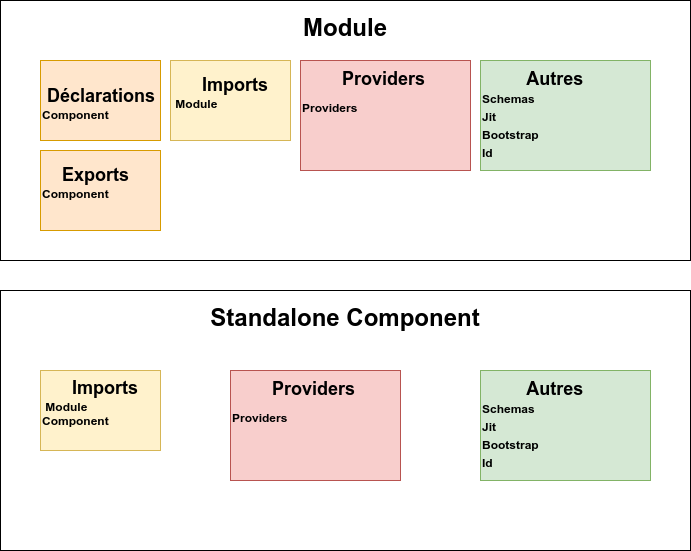
Earlier version of the draw.io export presentation/slides/images/standalone/standalone.png (fallainmat/atelier_angular). Source tidied: cells renumbered, new cells last; positions are measured from the earlier drawing's top-left corner, leaving out a move shared by most shapes.
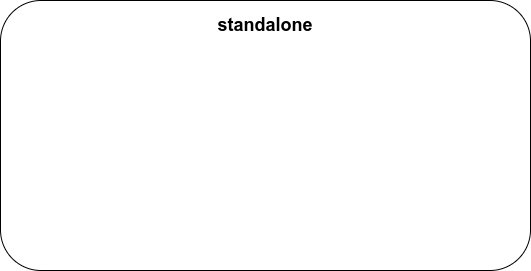
Above is the later version.

Change to the diagram source:
```diff
@@ -2,35 +2,8 @@
   <root>
     <mxCell id="0" />
     <mxCell id="1" parent="0" />
-    <mxCell id="2" value="&lt;p style=&quot;line-height: 150%;&quot;&gt;&lt;font style=&quot;font-size: 24px;&quot;&gt;&lt;b style=&quot;&quot;&gt;Module&lt;/b&gt;&lt;/font&gt;&lt;/p&gt;" style="rounded=0;whiteSpace=wrap;html=1;verticalAlign=top;" parent="1" vertex="1">
-      <mxGeometry width="690" height="260" as="geometry" />
-    </mxCell>
-    <mxCell id="3" value="&lt;b&gt;&lt;font style=&quot;font-size: 18px;&quot;&gt;&amp;nbsp; &amp;nbsp;Déclarations&lt;/font&gt;&lt;/b&gt;&lt;div&gt;&lt;b&gt;Component&lt;/b&gt;&lt;/div&gt;&lt;div&gt;&lt;br&gt;&lt;/div&gt;" style="rounded=0;whiteSpace=wrap;html=1;align=left;fillColor=#ffe6cc;strokeColor=#d79b00;" parent="1" vertex="1">
-      <mxGeometry x="40" y="60" width="120" height="80" as="geometry" />
-    </mxCell>
-    <mxCell id="4" value="&lt;span style=&quot;font-size: 18px;&quot;&gt;&lt;b&gt;&amp;nbsp; &amp;nbsp; Exports&lt;/b&gt;&lt;/span&gt;&lt;br&gt;&lt;div&gt;&lt;b&gt;Component&lt;/b&gt;&lt;/div&gt;&lt;div&gt;&lt;br&gt;&lt;/div&gt;" style="rounded=0;whiteSpace=wrap;html=1;fillColor=#ffe6cc;strokeColor=#d79b00;align=left;" parent="1" vertex="1">
-      <mxGeometry x="40" y="150" width="120" height="80" as="geometry" />
-    </mxCell>
-    <mxCell id="5" value="&lt;span style=&quot;font-size: 18px;&quot;&gt;&lt;b&gt;&amp;nbsp; &amp;nbsp; &amp;nbsp; Imports&lt;/b&gt;&lt;/span&gt;&lt;br&gt;&lt;div&gt;&amp;nbsp;&lt;b&gt;Module&lt;/b&gt;&lt;/div&gt;&lt;div&gt;&lt;br&gt;&lt;/div&gt;" style="rounded=0;whiteSpace=wrap;html=1;align=left;fillColor=#fff2cc;strokeColor=#d6b656;" parent="1" vertex="1">
-      <mxGeometry x="170" y="60" width="120" height="80" as="geometry" />
-    </mxCell>
-    <mxCell id="6" value="&lt;span style=&quot;font-size: 18px;&quot;&gt;&lt;b&gt;&lt;span style=&quot;white-space: pre;&quot;&gt;&#9;&lt;/span&gt;Providers&lt;/b&gt;&lt;/span&gt;&lt;br&gt;&lt;div style=&quot;line-height: 300%;&quot;&gt;&lt;b style=&quot;background-color: initial;&quot;&gt;Providers&lt;/b&gt;&lt;br&gt;&lt;/div&gt;&lt;div style=&quot;line-height: 300%;&quot;&gt;&lt;br&gt;&lt;/div&gt;" style="rounded=0;whiteSpace=wrap;html=1;align=left;fillColor=#f8cecc;strokeColor=#b85450;" parent="1" vertex="1">
-      <mxGeometry x="300" y="60" width="170" height="110" as="geometry" />
-    </mxCell>
-    <mxCell id="7" value="&lt;div style=&quot;line-height: 150%;&quot;&gt;&lt;span style=&quot;font-size: 18px;&quot;&gt;&lt;b&gt;&amp;nbsp; &amp;nbsp; &amp;nbsp; &amp;nbsp; &amp;nbsp;Autres&lt;/b&gt;&lt;/span&gt;&lt;/div&gt;&lt;div style=&quot;line-height: 150%;&quot;&gt;&lt;b style=&quot;&quot;&gt;&lt;font style=&quot;font-size: 12px;&quot;&gt;Schemas&lt;/font&gt;&lt;/b&gt;&lt;/div&gt;&lt;div style=&quot;line-height: 150%;&quot;&gt;&lt;b&gt;&lt;font style=&quot;font-size: 12px;&quot;&gt;Jit&lt;/font&gt;&lt;/b&gt;&lt;/div&gt;&lt;div style=&quot;line-height: 150%;&quot;&gt;&lt;b&gt;&lt;font style=&quot;font-size: 12px;&quot;&gt;Bootstrap&lt;/font&gt;&lt;/b&gt;&lt;/div&gt;&lt;div style=&quot;line-height: 150%;&quot;&gt;&lt;b style=&quot;&quot;&gt;&lt;font style=&quot;font-size: 12px;&quot;&gt;Id&lt;/font&gt;&lt;/b&gt;&lt;/div&gt;" style="rounded=0;whiteSpace=wrap;html=1;align=left;fillColor=#d5e8d4;strokeColor=#82b366;" parent="1" vertex="1">
-      <mxGeometry x="480" y="60" width="170" height="110" as="geometry" />
-    </mxCell>
-    <mxCell id="8" value="&lt;p style=&quot;line-height: 150%;&quot;&gt;&lt;span style=&quot;font-size: 24px;&quot;&gt;&lt;b&gt;Standalone Component&lt;/b&gt;&lt;/span&gt;&lt;/p&gt;" style="rounded=0;whiteSpace=wrap;html=1;verticalAlign=top;" parent="1" vertex="1">
-      <mxGeometry y="290" width="690" height="260" as="geometry" />
-    </mxCell>
-    <mxCell id="9" value="&lt;span style=&quot;font-size: 18px;&quot;&gt;&lt;b&gt;&amp;nbsp; &amp;nbsp; &amp;nbsp; Imports&lt;/b&gt;&lt;/span&gt;&lt;br&gt;&lt;div&gt;&amp;nbsp;&lt;b&gt;Module&lt;/b&gt;&lt;/div&gt;&lt;div&gt;&lt;b&gt;Component&lt;/b&gt;&lt;/div&gt;&lt;div&gt;&lt;br&gt;&lt;/div&gt;" style="rounded=0;whiteSpace=wrap;html=1;align=left;fillColor=#fff2cc;strokeColor=#d6b656;" parent="1" vertex="1">
-      <mxGeometry x="40" y="370" width="120" height="80" as="geometry" />
-    </mxCell>
-    <mxCell id="10" value="&lt;span style=&quot;font-size: 18px;&quot;&gt;&lt;b&gt;&lt;span style=&quot;white-space: pre;&quot;&gt;&#9;&lt;/span&gt;Providers&lt;/b&gt;&lt;/span&gt;&lt;br&gt;&lt;div style=&quot;line-height: 300%;&quot;&gt;&lt;b style=&quot;background-color: initial;&quot;&gt;Providers&lt;/b&gt;&lt;br&gt;&lt;/div&gt;&lt;div style=&quot;line-height: 300%;&quot;&gt;&lt;br&gt;&lt;/div&gt;" style="rounded=0;whiteSpace=wrap;html=1;align=left;fillColor=#f8cecc;strokeColor=#b85450;" parent="1" vertex="1">
-      <mxGeometry x="230" y="370" width="170" height="110" as="geometry" />
-    </mxCell>
-    <mxCell id="11" value="&lt;div style=&quot;line-height: 150%;&quot;&gt;&lt;span style=&quot;font-size: 18px;&quot;&gt;&lt;b&gt;&amp;nbsp; &amp;nbsp; &amp;nbsp; &amp;nbsp; &amp;nbsp;Autres&lt;/b&gt;&lt;/span&gt;&lt;/div&gt;&lt;div style=&quot;line-height: 150%;&quot;&gt;&lt;b style=&quot;&quot;&gt;&lt;font style=&quot;font-size: 12px;&quot;&gt;Schemas&lt;/font&gt;&lt;/b&gt;&lt;/div&gt;&lt;div style=&quot;line-height: 150%;&quot;&gt;&lt;b&gt;&lt;font style=&quot;font-size: 12px;&quot;&gt;Jit&lt;/font&gt;&lt;/b&gt;&lt;/div&gt;&lt;div style=&quot;line-height: 150%;&quot;&gt;&lt;b&gt;&lt;font style=&quot;font-size: 12px;&quot;&gt;Bootstrap&lt;/font&gt;&lt;/b&gt;&lt;/div&gt;&lt;div style=&quot;line-height: 150%;&quot;&gt;&lt;b style=&quot;&quot;&gt;&lt;font style=&quot;font-size: 12px;&quot;&gt;Id&lt;/font&gt;&lt;/b&gt;&lt;/div&gt;" style="rounded=0;whiteSpace=wrap;html=1;align=left;fillColor=#d5e8d4;strokeColor=#82b366;" parent="1" vertex="1">
-      <mxGeometry x="480" y="370" width="170" height="110" as="geometry" />
-    </mxCell>
+    <mxCell id="12" value="&lt;span style=&quot;font-size: 18px;&quot;&gt;&lt;b&gt;standalone&lt;/b&gt;&lt;/span&gt;" style="rounded=1;whiteSpace=wrap;html=1;spacingBottom=220;" parent="1" vertex="1">
+      <mxGeometry x="-160" y="-40" width="530" height="270" as="geometry" />
+    </mxCell>
   </root>
 </mxGraphModel>
```
